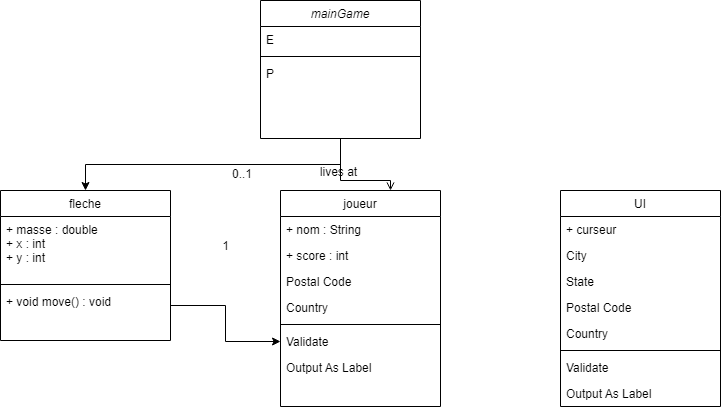
Before: UMLDiagram.png, a diagram exported from draw.io (vbard1/mini-projet-2). Source tidied: cells renumbered, new cells last; positions are measured from the earlier drawing's top-left corner, leaving out a move shared by most shapes.
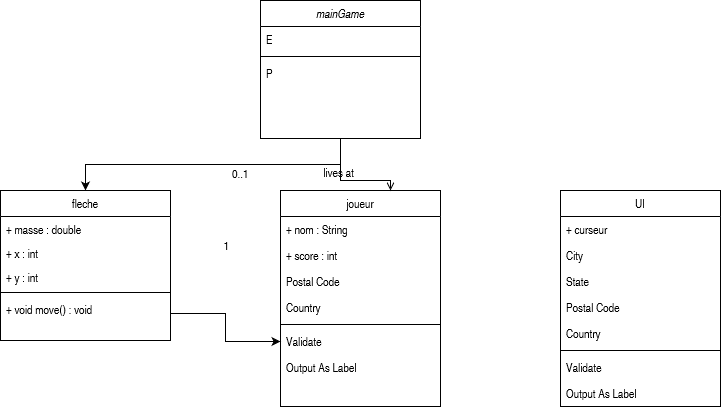
The same diagram one commit later.

Change to the diagram source:
```diff
@@ -20,14 +20,20 @@
     <mxCell id="7" value="fleche" style="swimlane;fontStyle=0;align=center;verticalAlign=top;horizontal=1;startSize=26;rounded=0;shadow=0;strokeWidth=1;" parent="1" vertex="1">
       <mxGeometry y="190" width="170" height="150" as="geometry" />
     </mxCell>
-    <mxCell id="8" value="+ masse : double&#10;+ x : int&#10;+ y : int&#10;&#10;&#10;" style="text;align=left;verticalAlign=top;spacingLeft=4;spacingRight=4;overflow=hidden;" parent="7" vertex="1">
-      <mxGeometry y="26" width="170" height="64" as="geometry" />
+    <mxCell id="8" value="+ masse : double&#10;&#10;" style="text;align=left;verticalAlign=top;spacingLeft=4;spacingRight=4;overflow=hidden;" parent="7" vertex="1">
+      <mxGeometry y="26" width="170" height="24" as="geometry" />
     </mxCell>
+    <mxCell id="33" value="+ x : int" style="text;align=left;verticalAlign=top;spacingLeft=4;spacingRight=4;overflow=hidden;" parent="7" vertex="1">
+      <mxGeometry y="50" width="170" height="24" as="geometry" />
+    </mxCell>
+    <mxCell id="34" value="+ y : int" style="text;align=left;verticalAlign=top;spacingLeft=4;spacingRight=4;overflow=hidden;" parent="7" vertex="1">
+      <mxGeometry y="74" width="170" height="24" as="geometry" />
+    </mxCell>
     <mxCell id="9" style="line;html=1;strokeWidth=1;align=left;verticalAlign=middle;spacingTop=-1;spacingLeft=3;spacingRight=3;labelPosition=right;" parent="7" vertex="1">
-      <mxGeometry y="90" width="170" height="8" as="geometry" />
+      <mxGeometry y="98" width="170" height="8" as="geometry" />
     </mxCell>
     <mxCell id="10" value="+ void move() : void" style="text;align=left;verticalAlign=top;spacingLeft=4;spacingRight=4;overflow=hidden;points=[[0,0.5],[1,0.5]];portConstraint=eastwest;" parent="7" vertex="1">
-      <mxGeometry y="98" width="170" height="34" as="geometry" />
+      <mxGeometry y="106" width="170" height="34" as="geometry" />
     </mxCell>
     <mxCell id="11" value="joueur" style="swimlane;fontStyle=0;align=center;verticalAlign=top;horizontal=1;startSize=26;rounded=0;shadow=0;strokeWidth=1;" parent="1" vertex="1">
       <mxGeometry x="280" y="190" width="160" height="216" as="geometry" />
```
